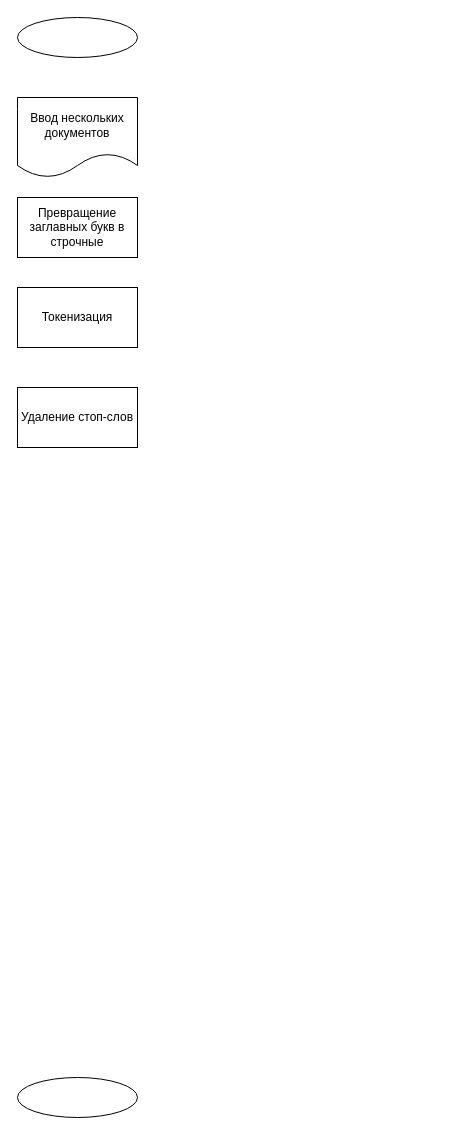
Above: FunctionProgrammingChart.drawio in Sandwich9976/API-s (draw.io), before the change. Source tidied: cells renumbered, new cells numbered last; positions are measured from the earlier drawing's top-left corner, leaving out a move shared by most shapes. Both pictures are drawn from the tidied source at 100%, with x=0, y=0 at pixel (17, 17).
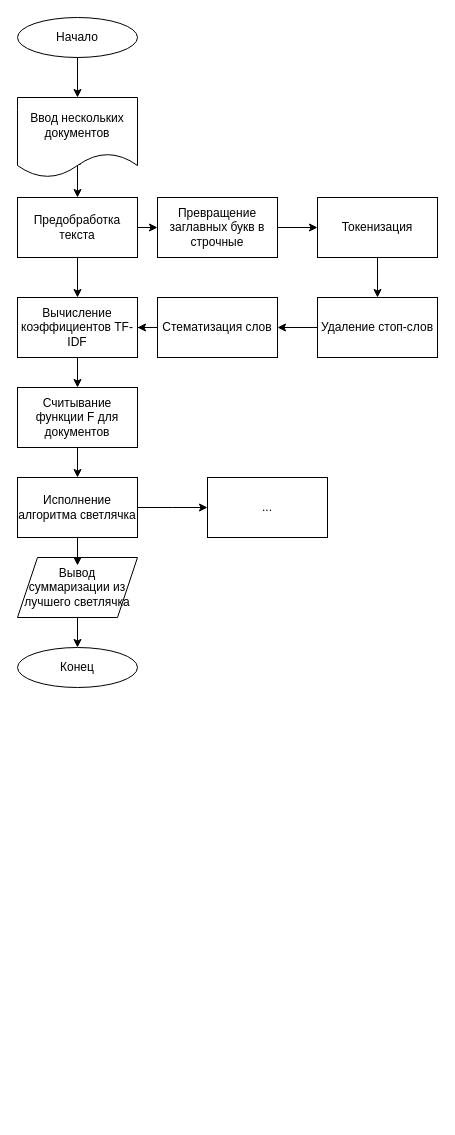
The same diagram, later.

Unchanged cells that the change refers to:
```xml
<mxCell id="4" value="&lt;div&gt;Ввод нескольких документов&lt;/div&gt;" style="shape=document;whiteSpace=wrap;html=1;boundedLbl=1;" parent="1" vertex="1">
  <mxGeometry y="80" width="120" height="80" as="geometry" />
</mxCell>
```

What changed in the source:
```diff
@@
-    <mxCell id="2" style="ellipse;whiteSpace=wrap;html=1;" parent="1" vertex="1">
-      <mxGeometry y="1060" width="120" height="40" as="geometry" />
+    <mxCell id="2" value="&lt;div&gt;Конец&lt;/div&gt;" style="ellipse;whiteSpace=wrap;html=1;" parent="1" vertex="1">
+      <mxGeometry y="630" width="120" height="40" as="geometry" />
     </mxCell>
-    <mxCell id="3" style="ellipse;whiteSpace=wrap;html=1;" parent="1" vertex="1">
+    <mxCell id="3" value="&lt;div&gt;Начало&lt;/div&gt;" style="ellipse;whiteSpace=wrap;html=1;" parent="1" vertex="1">
       <mxGeometry width="120" height="40" as="geometry" />
     </mxCell>
+    <mxCell id="8" style="edgeStyle=orthogonalEdgeStyle;rounded=0;jettySize=auto;html=1;exitX=0.525;exitY=0.838;exitDx=0;exitDy=0;exitPerimeter=0;" parent="1" edge="1" source="4">
+      <mxGeometry relative="1" as="geometry">
+        <mxPoint x="60" y="180" as="targetPoint" />
+      </mxGeometry>
+    </mxCell>
@@
+    <mxCell id="9" style="edgeStyle=orthogonalEdgeStyle;rounded=0;jettySize=auto;html=1;" parent="1" edge="1" source="5" target="6">
+      <mxGeometry relative="1" as="geometry" />
+    </mxCell>
     <mxCell id="5" value="&lt;div&gt;Превращение заглавных букв в строчные&lt;/div&gt;" style="rounded=0;whiteSpace=wrap;html=1;" parent="1" vertex="1">
-      <mxGeometry y="180" width="120" height="60" as="geometry" />
+      <mxGeometry x="140" y="180" width="120" height="60" as="geometry" />
     </mxCell>
+    <mxCell id="10" style="edgeStyle=orthogonalEdgeStyle;rounded=0;jettySize=auto;html=1;exitX=0.5;exitY=1;exitDx=0;exitDy=0;entryX=0.5;entryY=0;entryDx=0;entryDy=0;" parent="1" edge="1" source="6" target="7">
+      <mxGeometry relative="1" as="geometry" />
+    </mxCell>
     <mxCell id="6" value="Токенизация" style="rounded=0;whiteSpace=wrap;html=1;" parent="1" vertex="1">
-      <mxGeometry y="270" width="120" height="60" as="geometry" />
+      <mxGeometry x="300" y="180" width="120" height="60" as="geometry" />
     </mxCell>
+    <mxCell id="11" style="edgeStyle=orthogonalEdgeStyle;rounded=0;jettySize=auto;html=1;exitX=0;exitY=0.5;exitDx=0;exitDy=0;entryX=1;entryY=0.5;entryDx=0;entryDy=0;" parent="1" edge="1" source="7" target="14">
+      <mxGeometry relative="1" as="geometry" />
+    </mxCell>
     <mxCell id="7" value="&lt;div&gt;Удаление стоп-слов&lt;/div&gt;" style="rounded=0;whiteSpace=wrap;html=1;" parent="1" vertex="1">
-      <mxGeometry y="370" width="120" height="60" as="geometry" />
+      <mxGeometry x="300" y="280" width="120" height="60" as="geometry" />
     </mxCell>
+    <mxCell id="12" style="endArrow=classic;html=1;rounded=0;exitX=0.5;exitY=1;exitDx=0;exitDy=0;entryX=0.5;entryY=0;entryDx=0;entryDy=0;" parent="1" edge="1" source="3" target="4">
+      <mxGeometry relative="1" as="geometry" />
+    </mxCell>
+    <mxCell id="13" style="edgeStyle=orthogonalEdgeStyle;rounded=0;jettySize=auto;html=1;exitX=0;exitY=0.5;exitDx=0;exitDy=0;" parent="1" edge="1" source="14" target="21">
+      <mxGeometry relative="1" as="geometry" />
+    </mxCell>
+    <mxCell id="14" value="Стематизация слов" style="rounded=0;whiteSpace=wrap;html=1;" parent="1" vertex="1">
+      <mxGeometry x="140" y="280" width="120" height="60" as="geometry" />
+    </mxCell>
+    <mxCell id="15" style="edgeStyle=orthogonalEdgeStyle;rounded=0;jettySize=auto;html=1;exitX=0.5;exitY=1;exitDx=0;exitDy=0;" parent="1" edge="1" source="16" target="23">
+      <mxGeometry relative="1" as="geometry" />
+    </mxCell>
+    <mxCell id="16" value="Считывание функции F для документов" style="rounded=0;whiteSpace=wrap;html=1;" parent="1" vertex="1">
+      <mxGeometry y="370" width="120" height="60" as="geometry" />
+    </mxCell>
+    <mxCell id="17" style="edgeStyle=orthogonalEdgeStyle;rounded=0;jettySize=auto;html=1;exitX=1;exitY=0.5;exitDx=0;exitDy=0;entryX=0;entryY=0.5;entryDx=0;entryDy=0;" parent="1" edge="1" source="19" target="5">
+      <mxGeometry relative="1" as="geometry" />
+    </mxCell>
+    <mxCell id="18" style="edgeStyle=orthogonalEdgeStyle;rounded=0;jettySize=auto;html=1;exitX=0.5;exitY=1;exitDx=0;exitDy=0;entryX=0.5;entryY=0;entryDx=0;entryDy=0;" parent="1" edge="1" source="19" target="21">
+      <mxGeometry relative="1" as="geometry" />
+    </mxCell>
+    <mxCell id="19" value="Предобработка текста" style="rounded=0;whiteSpace=wrap;html=1;" parent="1" vertex="1">
+      <mxGeometry y="180" width="120" height="60" as="geometry" />
+    </mxCell>
+    <mxCell id="20" style="edgeStyle=orthogonalEdgeStyle;rounded=0;jettySize=auto;html=1;exitX=0.5;exitY=1;exitDx=0;exitDy=0;entryX=0.5;entryY=0;entryDx=0;entryDy=0;" parent="1" edge="1" source="21" target="16">
+      <mxGeometry relative="1" as="geometry" />
+    </mxCell>
+    <mxCell id="21" value="Вычисление коэффициентов TF-IDF" style="rounded=0;whiteSpace=wrap;html=1;" parent="1" vertex="1">
+      <mxGeometry y="280" width="120" height="60" as="geometry" />
+    </mxCell>
+    <mxCell id="22" style="edgeStyle=orthogonalEdgeStyle;rounded=0;jettySize=auto;html=1;exitX=1;exitY=0.5;exitDx=0;exitDy=0;" parent="1" edge="1" source="23">
+      <mxGeometry relative="1" as="geometry">
+        <mxPoint x="190" y="490" as="targetPoint" />
+      </mxGeometry>
+    </mxCell>
+    <mxCell id="23" value="&lt;div&gt;Исполнение алгоритма светлячка&lt;/div&gt;" style="rounded=0;whiteSpace=wrap;html=1;" parent="1" vertex="1">
+      <mxGeometry y="460" width="120" height="60" as="geometry" />
+    </mxCell>
+    <mxCell id="24" style="edgeStyle=orthogonalEdgeStyle;rounded=0;jettySize=auto;html=1;exitX=0.5;exitY=1;exitDx=0;exitDy=0;" parent="1" edge="1" source="25" target="2">
+      <mxGeometry relative="1" as="geometry" />
+    </mxCell>
+    <mxCell id="25" value="Вывод суммаризации из лучшего светлячка" style="shape=parallelogram;perimeter=parallelogramPerimeter;whiteSpace=wrap;html=1;fixedSize=1;" parent="1" vertex="1">
+      <mxGeometry y="540" width="120" height="60" as="geometry" />
+    </mxCell>
+    <mxCell id="26" style="edgeStyle=orthogonalEdgeStyle;rounded=0;jettySize=auto;html=1;exitX=0.5;exitY=1;exitDx=0;exitDy=0;entryX=0.5;entryY=0.133;entryDx=0;entryDy=0;entryPerimeter=0;" parent="1" edge="1" source="23" target="25">
+      <mxGeometry relative="1" as="geometry" />
+    </mxCell>
+    <mxCell id="27" value="&lt;div&gt;...&lt;/div&gt;" style="rounded=0;whiteSpace=wrap;html=1;" parent="1" vertex="1">
+      <mxGeometry x="190" y="460" width="120" height="60" as="geometry" />
+    </mxCell>
```
